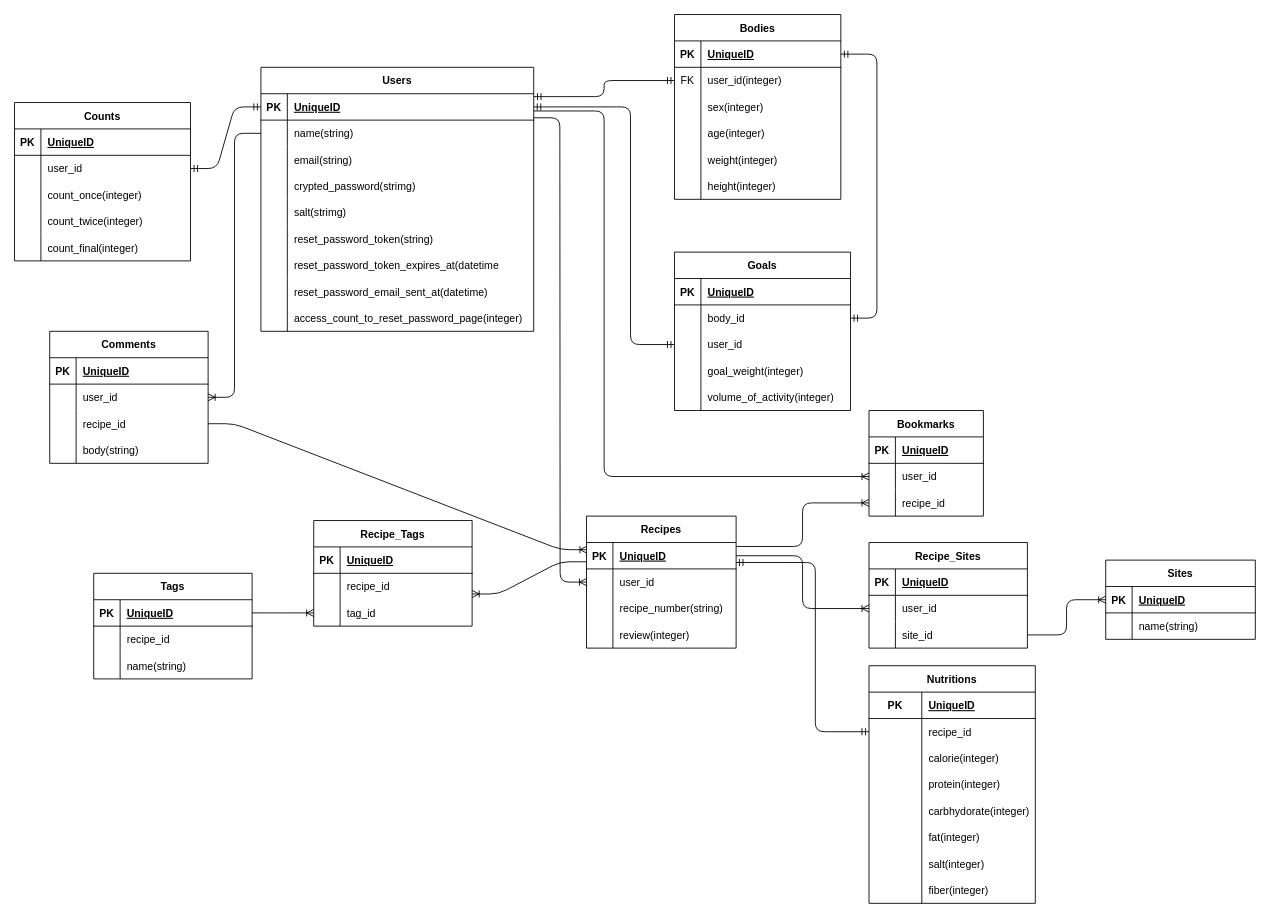
This is slatrition.drawio from shinotaku1997/slatrition, a draw.io file, before an edit. Source tidied: cells renumbered, new cells numbered last; positions are measured from the earlier drawing's top-left corner, leaving out a move shared by most shapes. Both pictures are drawn from the tidied source at 88%, with x=0, y=0 at pixel (14, 14).
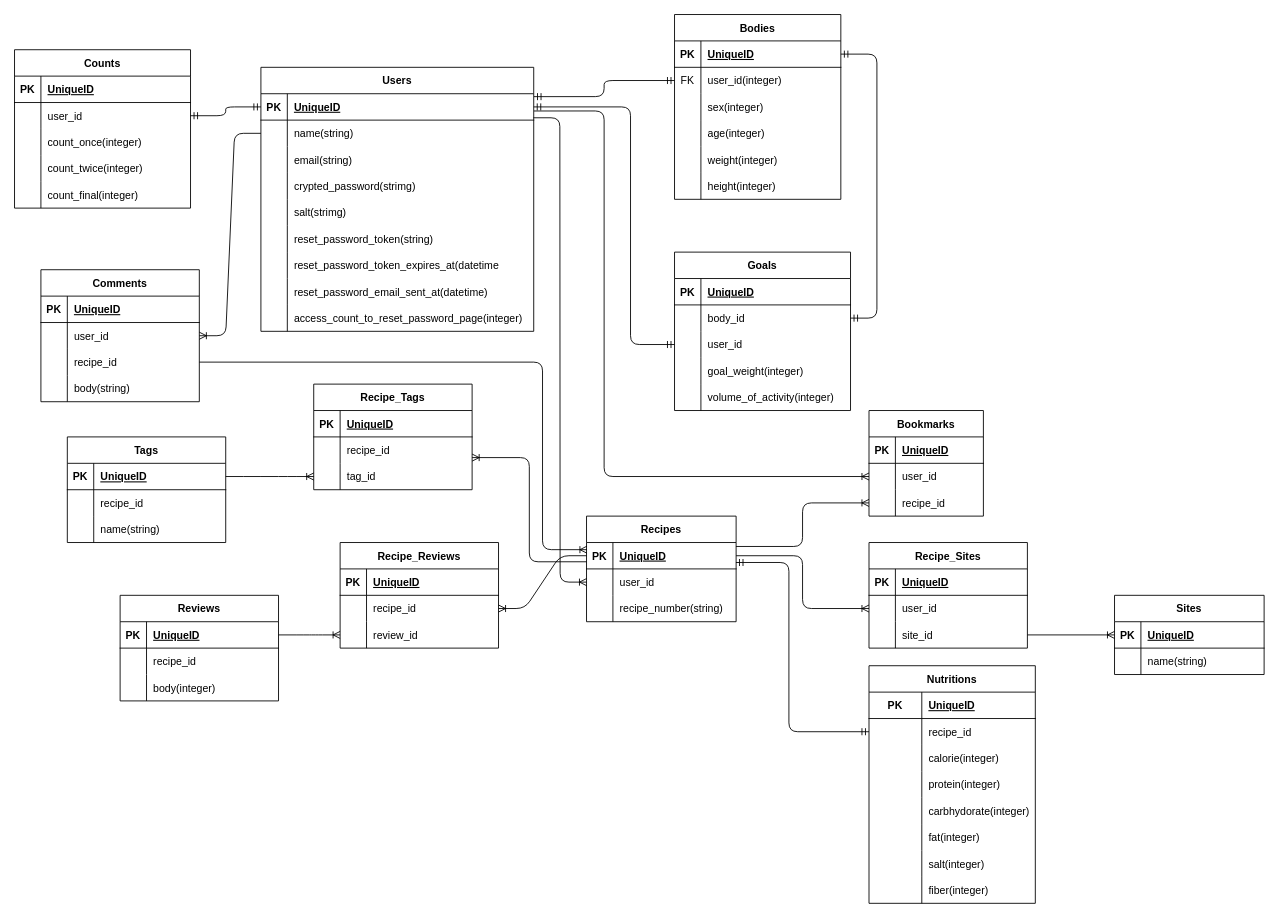
The same page after the edit.

Commit message:
reviewsテーブルの追加

Unchanged cells that the change refers to:
```xml
<mxCell id="3" style="shape=tableRow;horizontal=0;startSize=0;swimlaneHead=0;swimlaneBody=0;fillColor=none;points=[[0,0.5],[1,0.5]];portConstraint=eastwest;top=0;left=0;right=0;bottom=1;" parent="2" vertex="1">
  <mxGeometry y="30" width="310" height="30" as="geometry" />
</mxCell>
<mxCell id="76" style="shape=tableRow;horizontal=0;startSize=0;swimlaneHead=0;swimlaneBody=0;fillColor=none;points=[[0,0.5],[1,0.5]];portConstraint=eastwest;top=0;left=0;right=0;bottom=1;" parent="75" vertex="1">
  <mxGeometry y="30" width="170" height="30" as="geometry" />
</mxCell>
<mxCell id="92" style="shape=tableRow;horizontal=0;startSize=0;swimlaneHead=0;swimlaneBody=0;fillColor=none;points=[[0,0.5],[1,0.5]];portConstraint=eastwest;top=0;left=0;right=0;bottom=0;" parent="88" vertex="1">
  <mxGeometry y="60" width="200" height="30" as="geometry" />
</mxCell>
<mxCell id="108" style="shape=tableRow;horizontal=0;startSize=0;swimlaneHead=0;swimlaneBody=0;fillColor=none;points=[[0,0.5],[1,0.5]];portConstraint=eastwest;top=0;left=0;right=0;bottom=0;" parent="104" vertex="1">
  <mxGeometry y="60" width="189" height="30" as="geometry" />
</mxCell>
<mxCell id="163" style="shape=tableRow;horizontal=0;startSize=0;swimlaneHead=0;swimlaneBody=0;fillColor=none;points=[[0,0.5],[1,0.5]];portConstraint=eastwest;top=0;left=0;right=0;bottom=0;" parent="156" vertex="1">
  <mxGeometry y="90" width="180" height="30" as="geometry" />
</mxCell>
<mxCell id="183" style="shape=tableRow;horizontal=0;startSize=0;swimlaneHead=0;swimlaneBody=0;fillColor=none;points=[[0,0.5],[1,0.5]];portConstraint=eastwest;top=0;left=0;right=0;bottom=0;" parent="179" vertex="1">
  <mxGeometry y="60" width="180" height="30" as="geometry" />
</mxCell>
```

Diff of the diagram source:
```diff
@@
     <mxCell id="75" value="Recipes" style="shape=table;startSize=30;childLayout=tableLayout;rowLines=0;fontStyle=1;align=center;" parent="1" vertex="1">
-      <mxGeometry x="650" y="570" width="170" height="150" as="geometry" />
+      <mxGeometry x="650" y="570" width="170" height="120" as="geometry" />
     </mxCell>
@@
-    <mxCell id="85" style="shape=tableRow;horizontal=0;startSize=0;swimlaneHead=0;swimlaneBody=0;fillColor=none;top=0;left=0;right=0;bottom=0;" parent="75" vertex="1">
-      <mxGeometry y="120" width="170" height="30" as="geometry" />
-    </mxCell>
-    <mxCell id="86" style="shape=partialRectangle;fillColor=none;top=0;left=0;bottom=0;right=0;overflow=hidden;" parent="85" vertex="1">
-      <mxGeometry width="30" height="30" as="geometry" />
-    </mxCell>
-    <mxCell id="87" value="review(integer)" style="shape=partialRectangle;fillColor=none;top=0;left=0;bottom=0;right=0;align=left;spacingLeft=6;overflow=hidden;" parent="85" vertex="1">
-      <mxGeometry x="30" width="140" height="30" as="geometry" />
-    </mxCell>
     <mxCell id="88" value="Counts" style="shape=table;startSize=30;childLayout=tableLayout;rowLines=0;fontStyle=1;align=center;" parent="1" vertex="1">
-      <mxGeometry y="100" width="200" height="180" as="geometry" />
+      <mxGeometry y="40" width="200" height="180" as="geometry" />
     </mxCell>
@@
     <mxCell id="129" value="Sites" style="shape=table;startSize=30;childLayout=tableLayout;rowLines=0;fontStyle=1;align=center;" parent="1" vertex="1">
-      <mxGeometry x="1240" y="620" width="170" height="90" as="geometry" />
+      <mxGeometry x="1250" y="660" width="170" height="90" as="geometry" />
     </mxCell>
@@
-    <mxCell id="136" style="edgeStyle=entityRelationEdgeStyle;fontSize=12;html=1;endArrow=ERmandOne;startArrow=ERmandOne;entryX=0;entryY=0.5;entryDx=0;entryDy=0;" parent="1" edge="1" source="92" target="3">
+    <mxCell id="136" style="edgeStyle=orthogonalEdgeStyle;fontSize=12;html=1;endArrow=ERmandOne;startArrow=ERmandOne;entryX=0;entryY=0.5;entryDx=0;entryDy=0;" parent="1" edge="1" source="92" target="3">
       <mxGeometry relative="1" as="geometry" />
     </mxCell>
@@
     <mxCell id="140" style="edgeStyle=orthogonalEdgeStyle;fontSize=12;html=1;endArrow=ERmandOne;startArrow=ERmandOne;entryX=0;entryY=0.5;entryDx=0;entryDy=0;exitX=0.999;exitY=0.757;exitDx=0;exitDy=0;exitPerimeter=0;" parent="1" edge="1" source="76" target="108">
       <mxGeometry relative="1" as="geometry">
         <Array as="points">
-          <mxPoint x="910" y="623" />
-          <mxPoint x="910" y="815" />
+          <mxPoint x="880" y="623" />
+          <mxPoint x="880" y="815" />
         </Array>
       </mxGeometry>
     </mxCell>
@@
     <mxCell id="156" value="Comments" style="shape=table;startSize=30;childLayout=tableLayout;rowLines=0;fontStyle=1;align=center;" parent="1" vertex="1">
-      <mxGeometry x="40" y="360" width="180" height="150" as="geometry" />
+      <mxGeometry x="30" y="290" width="180" height="150" as="geometry" />
     </mxCell>
@@
     <mxCell id="169" value="Tags" style="shape=table;startSize=30;childLayout=tableLayout;rowLines=0;fontStyle=1;align=center;" parent="1" vertex="1">
-      <mxGeometry x="90" y="635" width="180" height="120" as="geometry" />
+      <mxGeometry x="60" y="480" width="180" height="120" as="geometry" />
     </mxCell>
@@
     <mxCell id="179" value="Recipe_Tags" style="shape=table;startSize=30;childLayout=tableLayout;rowLines=0;fontStyle=1;align=center;" parent="1" vertex="1">
-      <mxGeometry x="340" y="575" width="180" height="120" as="geometry" />
+      <mxGeometry x="340" y="420" width="180" height="120" as="geometry" />
     </mxCell>
@@
-    <mxCell id="190" style="edgeStyle=entityRelationEdgeStyle;fontSize=12;html=1;endArrow=ERoneToMany;exitX=0.001;exitY=0.729;exitDx=0;exitDy=0;entryX=1;entryY=0.783;entryDx=0;entryDy=0;entryPerimeter=0;exitPerimeter=0;" parent="1" edge="1" source="76" target="183">
+    <mxCell id="190" style="edgeStyle=orthogonalEdgeStyle;fontSize=12;html=1;endArrow=ERoneToMany;exitX=0.001;exitY=0.729;exitDx=0;exitDy=0;entryX=1;entryY=0.783;entryDx=0;entryDy=0;entryPerimeter=0;exitPerimeter=0;" parent="1" edge="1" source="76" target="183">
       <mxGeometry relative="1" as="geometry" />
     </mxCell>
@@
-    <mxCell id="192" style="edgeStyle=entityRelationEdgeStyle;fontSize=12;html=1;endArrow=ERoneToMany;exitX=1;exitY=0.5;exitDx=0;exitDy=0;entryX=0.003;entryY=0.271;entryDx=0;entryDy=0;entryPerimeter=0;" parent="1" edge="1" source="163" target="76">
-      <mxGeometry relative="1" as="geometry" />
+    <mxCell id="192" style="edgeStyle=orthogonalEdgeStyle;fontSize=12;html=1;endArrow=ERoneToMany;exitX=1;exitY=0.5;exitDx=0;exitDy=0;entryX=0.003;entryY=0.271;entryDx=0;entryDy=0;entryPerimeter=0;" parent="1" edge="1" source="163" target="76">
+      <mxGeometry relative="1" as="geometry">
+        <Array as="points">
+          <mxPoint x="600" y="395" />
+          <mxPoint x="600" y="608" />
+        </Array>
+      </mxGeometry>
     </mxCell>
+    <mxCell id="193" value="Reviews" style="shape=table;startSize=30;childLayout=tableLayout;rowLines=0;fontStyle=1;align=center;" parent="1" vertex="1">
+      <mxGeometry x="120" y="660" width="180" height="120" as="geometry" />
+    </mxCell>
+    <mxCell id="194" style="shape=tableRow;horizontal=0;startSize=0;swimlaneHead=0;swimlaneBody=0;fillColor=none;points=[[0,0.5],[1,0.5]];portConstraint=eastwest;top=0;left=0;right=0;bottom=1;" parent="193" vertex="1">
+      <mxGeometry y="30" width="180" height="30" as="geometry" />
+    </mxCell>
+    <mxCell id="195" value="PK" style="shape=partialRectangle;fillColor=none;top=0;left=0;bottom=0;right=0;fontStyle=1;overflow=hidden;" parent="194" vertex="1">
+      <mxGeometry width="30" height="30" as="geometry" />
+    </mxCell>
+    <mxCell id="196" value="UniqueID" style="shape=partialRectangle;fillColor=none;top=0;left=0;bottom=0;right=0;align=left;spacingLeft=6;fontStyle=5;overflow=hidden;" parent="194" vertex="1">
+      <mxGeometry x="30" width="150" height="30" as="geometry" />
+    </mxCell>
+    <mxCell id="197" style="shape=tableRow;horizontal=0;startSize=0;swimlaneHead=0;swimlaneBody=0;fillColor=none;top=0;left=0;right=0;bottom=0;" parent="193" vertex="1">
+      <mxGeometry y="60" width="180" height="30" as="geometry" />
+    </mxCell>
+    <mxCell id="198" style="shape=partialRectangle;fillColor=none;top=0;left=0;bottom=0;right=0;overflow=hidden;" parent="197" vertex="1">
+      <mxGeometry width="30" height="30" as="geometry" />
+    </mxCell>
+    <mxCell id="199" value="recipe_id" style="shape=partialRectangle;fillColor=none;top=0;left=0;bottom=0;right=0;align=left;spacingLeft=6;overflow=hidden;" parent="197" vertex="1">
+      <mxGeometry x="30" width="150" height="30" as="geometry" />
+    </mxCell>
+    <mxCell id="200" style="shape=tableRow;horizontal=0;startSize=0;swimlaneHead=0;swimlaneBody=0;fillColor=none;top=0;left=0;right=0;bottom=0;" parent="193" vertex="1">
+      <mxGeometry y="90" width="180" height="30" as="geometry" />
+    </mxCell>
+    <mxCell id="201" style="shape=partialRectangle;fillColor=none;top=0;left=0;bottom=0;right=0;overflow=hidden;" parent="200" vertex="1">
+      <mxGeometry width="30" height="30" as="geometry" />
+    </mxCell>
+    <mxCell id="202" value="body(integer)" style="shape=partialRectangle;fillColor=none;top=0;left=0;bottom=0;right=0;align=left;spacingLeft=6;overflow=hidden;" parent="200" vertex="1">
+      <mxGeometry x="30" width="150" height="30" as="geometry" />
+    </mxCell>
+    <mxCell id="203" value="Recipe_Reviews" style="shape=table;startSize=30;childLayout=tableLayout;rowLines=0;fontStyle=1;align=center;" parent="1" vertex="1">
+      <mxGeometry x="370" y="600" width="180" height="120" as="geometry" />
+    </mxCell>
+    <mxCell id="204" style="shape=tableRow;horizontal=0;startSize=0;swimlaneHead=0;swimlaneBody=0;fillColor=none;top=0;left=0;right=0;bottom=1;" parent="203" vertex="1">
+      <mxGeometry y="30" width="180" height="30" as="geometry" />
+    </mxCell>
+    <mxCell id="205" value="PK" style="shape=partialRectangle;fillColor=none;top=0;left=0;bottom=0;right=0;fontStyle=1;overflow=hidden;" parent="204" vertex="1">
+      <mxGeometry width="30" height="30" as="geometry" />
+    </mxCell>
+    <mxCell id="206" value="UniqueID" style="shape=partialRectangle;fillColor=none;top=0;left=0;bottom=0;right=0;align=left;spacingLeft=6;fontStyle=5;overflow=hidden;" parent="204" vertex="1">
+      <mxGeometry x="30" width="150" height="30" as="geometry" />
+    </mxCell>
+    <mxCell id="207" style="shape=tableRow;horizontal=0;startSize=0;swimlaneHead=0;swimlaneBody=0;fillColor=none;points=[[0,0.5],[1,0.5]];portConstraint=eastwest;top=0;left=0;right=0;bottom=0;" parent="203" vertex="1">
+      <mxGeometry y="60" width="180" height="30" as="geometry" />
+    </mxCell>
+    <mxCell id="208" style="shape=partialRectangle;fillColor=none;top=0;left=0;bottom=0;right=0;overflow=hidden;" parent="207" vertex="1">
+      <mxGeometry width="30" height="30" as="geometry" />
+    </mxCell>
+    <mxCell id="209" value="recipe_id" style="shape=partialRectangle;fillColor=none;top=0;left=0;bottom=0;right=0;align=left;spacingLeft=6;overflow=hidden;" parent="207" vertex="1">
+      <mxGeometry x="30" width="150" height="30" as="geometry" />
+    </mxCell>
+    <mxCell id="210" style="shape=tableRow;horizontal=0;startSize=0;swimlaneHead=0;swimlaneBody=0;fillColor=none;points=[[0,0.5],[1,0.5]];portConstraint=eastwest;top=0;left=0;right=0;bottom=0;" parent="203" vertex="1">
+      <mxGeometry y="90" width="180" height="30" as="geometry" />
+    </mxCell>
+    <mxCell id="211" style="shape=partialRectangle;fillColor=none;top=0;left=0;bottom=0;right=0;overflow=hidden;" parent="210" vertex="1">
+      <mxGeometry width="30" height="30" as="geometry" />
+    </mxCell>
+    <mxCell id="212" value="review_id" style="shape=partialRectangle;fillColor=none;top=0;left=0;bottom=0;right=0;align=left;spacingLeft=6;overflow=hidden;" parent="210" vertex="1">
+      <mxGeometry x="30" width="150" height="30" as="geometry" />
+    </mxCell>
+    <mxCell id="213" style="edgeStyle=entityRelationEdgeStyle;fontSize=12;html=1;endArrow=ERoneToMany;exitX=1;exitY=0.5;exitDx=0;exitDy=0;entryX=0;entryY=0.5;entryDx=0;entryDy=0;" parent="1" edge="1" source="194" target="210">
+      <mxGeometry relative="1" as="geometry" />
+    </mxCell>
+    <mxCell id="214" style="edgeStyle=entityRelationEdgeStyle;fontSize=12;html=1;endArrow=ERoneToMany;exitX=0;exitY=0.5;exitDx=0;exitDy=0;entryX=1;entryY=0.5;entryDx=0;entryDy=0;" parent="1" edge="1" source="76" target="207">
+      <mxGeometry relative="1" as="geometry" />
+    </mxCell>
```
